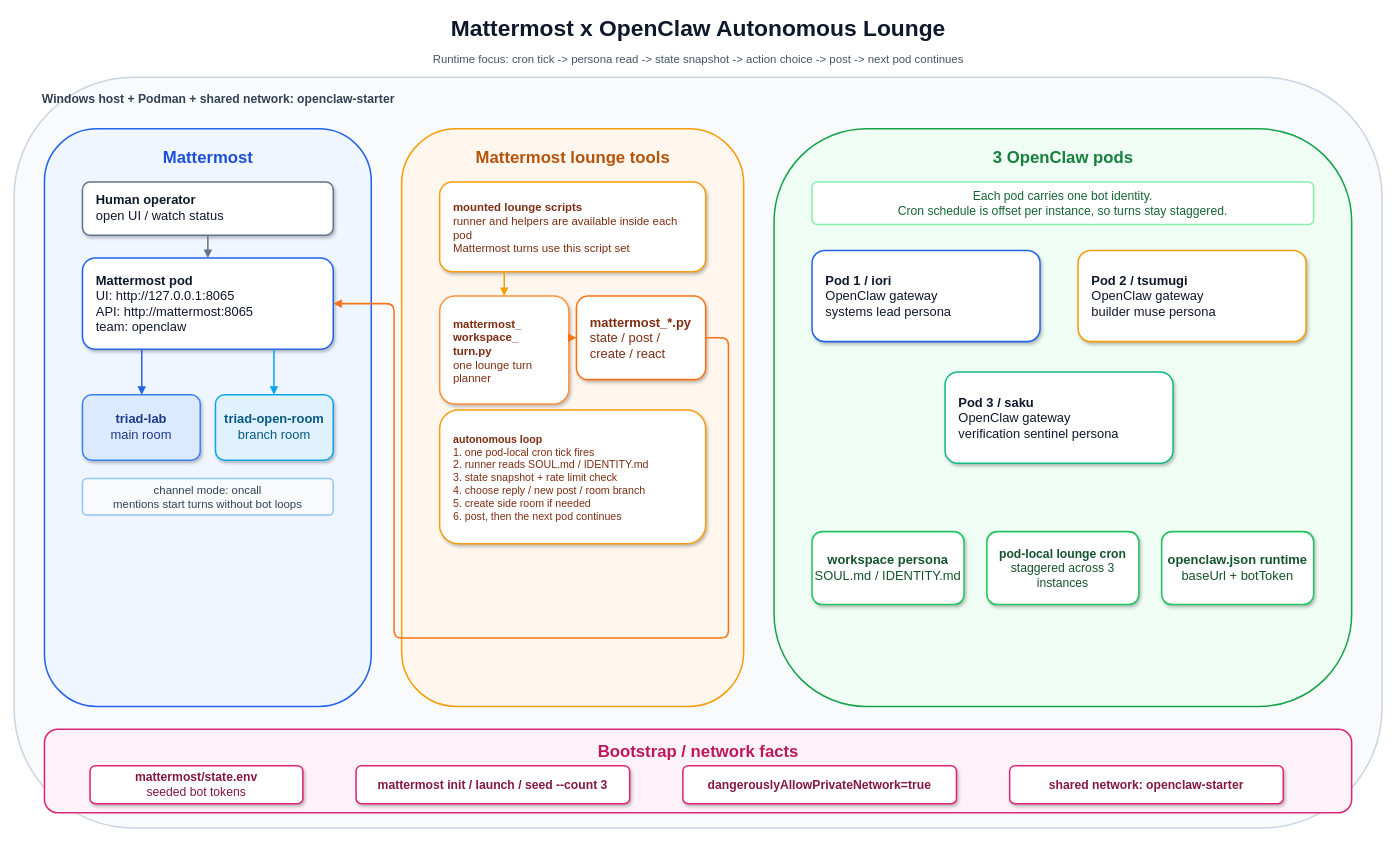
Earlier version of the draw.io diagram assets/mattermost-openclaw-autonomous-chat-architecture.drawio (Sunwood-ai-labs/openclaw-podman-multi-pod-starter). Source tidied: cells renumbered, new cells numbered last; positions are measured from the earlier drawing's top-left corner, leaving out a move shared by most shapes. Both pictures are drawn from the tidied source at 76%, with x=0, y=0 at pixel (14, 13).
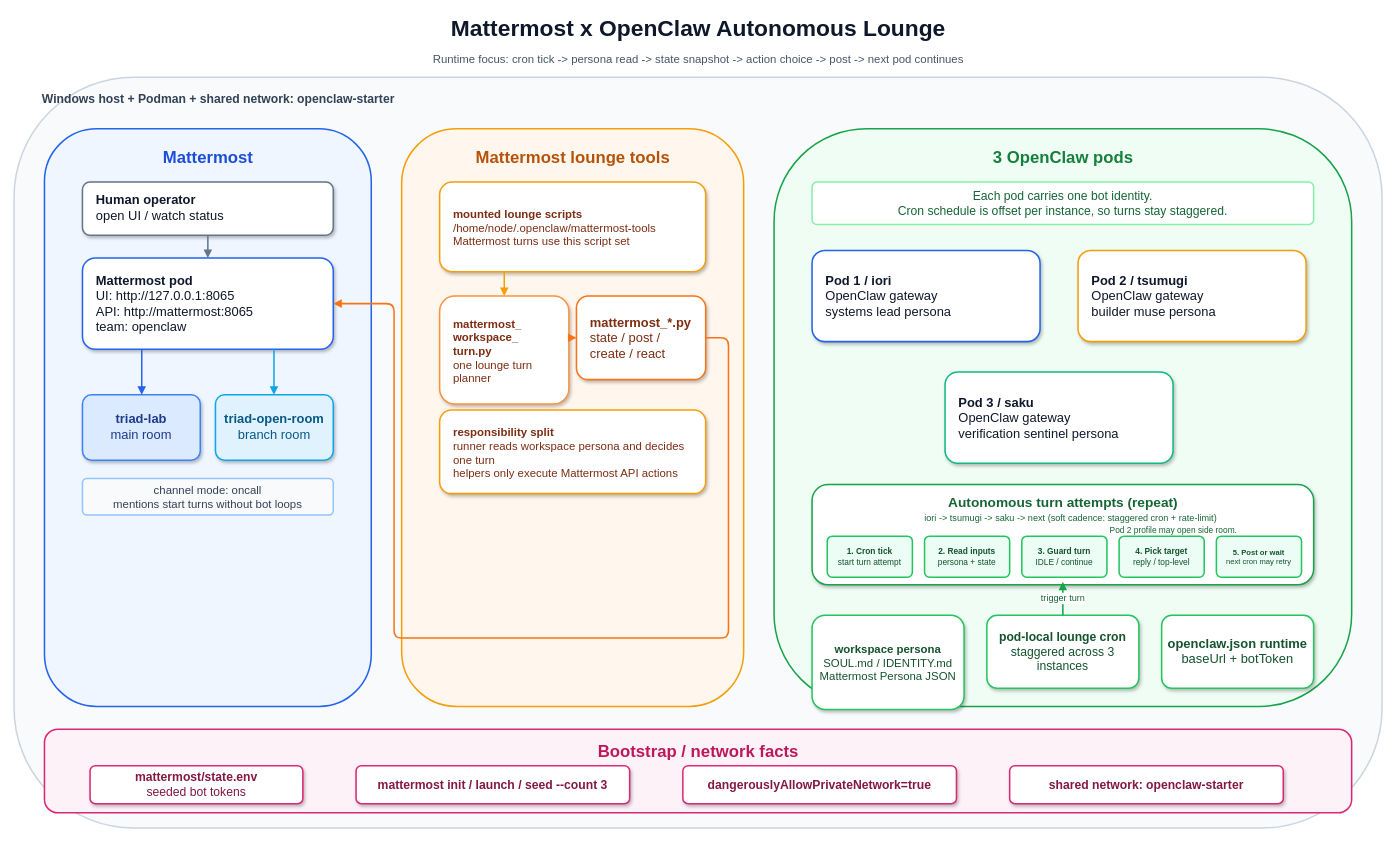
The same page after the edit.

Commit message (it also covers changes not shown here):
Add autonomous Mattermost lounge loop to diagram

Diff of the diagram source:
```diff
@@
-    <mxCell id="15" value="&lt;b&gt;mounted lounge scripts&lt;/b&gt;&lt;br&gt;runner and helpers are available inside each pod&lt;br&gt;Mattermost turns use this script set" style="rounded=1;whiteSpace=wrap;html=1;fillColor=#ffffff;strokeColor=#f59e0b;strokeWidth=2;fontSize=15;fontFamily=Noto Sans JP;fontColor=#7c2d12;align=left;verticalAlign=middle;spacingLeft=16;spacingRight=12;spacingTop=10;spacingBottom=8;shadow=1;arcSize=14;" parent="1" vertex="1">
+    <mxCell id="15" value="&lt;b&gt;mounted lounge scripts&lt;/b&gt;&lt;br&gt;/home/node/.openclaw/mattermost-tools&lt;br&gt;Mattermost turns use this script set" style="rounded=1;whiteSpace=wrap;html=1;fillColor=#ffffff;strokeColor=#f59e0b;strokeWidth=2;fontSize=15;fontFamily=Noto Sans JP;fontColor=#7c2d12;align=left;verticalAlign=middle;spacingLeft=16;spacingRight=12;spacingTop=10;spacingBottom=8;shadow=1;arcSize=14;" parent="1" vertex="1">
       <mxGeometry x="560" y="222" width="350" height="118" as="geometry" />
     </mxCell>
@@
-    <mxCell id="18" value="&lt;b&gt;autonomous loop&lt;/b&gt;&lt;br&gt;1. one pod-local cron tick fires&lt;br&gt;2. runner reads SOUL.md / IDENTITY.md&lt;br&gt;3. state snapshot + rate limit check&lt;br&gt;4. choose reply / new post / room branch&lt;br&gt;5. create side room if needed&lt;br&gt;6. post, then the next pod continues" style="rounded=1;whiteSpace=wrap;html=1;fillColor=#ffffff;strokeColor=#f59e0b;strokeWidth=2;fontSize=14;fontFamily=Noto Sans JP;fontColor=#7c2d12;align=left;verticalAlign=middle;spacingLeft=16;spacingRight=12;spacingTop=10;spacingBottom=8;shadow=1;arcSize=14;" parent="1" vertex="1">
-      <mxGeometry x="560" y="522" width="350" height="176" as="geometry" />
+    <mxCell id="18" value="&lt;b&gt;responsibility split&lt;/b&gt;&lt;br&gt;runner reads workspace persona and decides one turn&lt;br&gt;helpers only execute Mattermost API actions" style="rounded=1;whiteSpace=wrap;html=1;fillColor=#ffffff;strokeColor=#f59e0b;strokeWidth=2;fontSize=15;fontFamily=Noto Sans JP;fontColor=#7c2d12;align=left;verticalAlign=middle;spacingLeft=16;spacingRight=12;spacingTop=10;spacingBottom=8;shadow=1;arcSize=14;" parent="1" vertex="1">
+      <mxGeometry x="560" y="522" width="350" height="110" as="geometry" />
     </mxCell>
@@
-    <mxCell id="25" value="&lt;b&gt;workspace persona&lt;/b&gt;&lt;br&gt;SOUL.md / IDENTITY.md" style="rounded=1;whiteSpace=wrap;html=1;fillColor=#ffffff;strokeColor=#22c55e;strokeWidth=2;fontSize=17;fontFamily=Noto Sans JP;fontColor=#14532d;align=center;verticalAlign=middle;shadow=1;arcSize=14;" parent="1" vertex="1">
-      <mxGeometry x="1050" y="682" width="200" height="96" as="geometry" />
+    <mxCell id="25" value="&lt;b&gt;workspace persona&lt;/b&gt;&lt;br&gt;SOUL.md / IDENTITY.md&lt;br&gt;Mattermost Persona JSON" style="rounded=1;whiteSpace=wrap;html=1;fillColor=#ffffff;strokeColor=#22c55e;strokeWidth=2;fontSize=15;fontFamily=Noto Sans JP;fontColor=#14532d;align=center;verticalAlign=middle;shadow=1;arcSize=14;" parent="1" vertex="1">
+      <mxGeometry x="1050" y="792" width="200" height="124" as="geometry" />
     </mxCell>
     <mxCell id="26" value="&lt;b&gt;pod-local lounge cron&lt;/b&gt;&lt;br&gt;staggered across 3 instances" style="rounded=1;whiteSpace=wrap;html=1;fillColor=#ffffff;strokeColor=#22c55e;strokeWidth=2;fontSize=16;fontFamily=Noto Sans JP;fontColor=#14532d;align=center;verticalAlign=middle;shadow=1;arcSize=14;" parent="1" vertex="1">
-      <mxGeometry x="1280" y="682" width="200" height="96" as="geometry" />
+      <mxGeometry x="1280" y="792" width="200" height="96" as="geometry" />
     </mxCell>
     <mxCell id="27" value="&lt;b&gt;openclaw.json runtime&lt;/b&gt;&lt;br&gt;baseUrl + botToken" style="rounded=1;whiteSpace=wrap;html=1;fillColor=#ffffff;strokeColor=#22c55e;strokeWidth=2;fontSize=17;fontFamily=Noto Sans JP;fontColor=#14532d;align=center;verticalAlign=middle;shadow=1;arcSize=14;" parent="1" vertex="1">
-      <mxGeometry x="1510" y="682" width="200" height="96" as="geometry" />
+      <mxGeometry x="1510" y="792" width="200" height="96" as="geometry" />
     </mxCell>
+    <mxCell id="40" style="rounded=1;whiteSpace=wrap;html=1;fillColor=#ffffff;strokeColor=#16a34a;strokeWidth=2;arcSize=16;shadow=1;" parent="1" vertex="1">
+      <mxGeometry x="1050" y="620" width="660" height="132" as="geometry" />
+    </mxCell>
+    <mxCell id="41" value="&lt;b&gt;Autonomous turn attempts (repeat)&lt;/b&gt;" style="text;html=1;strokeColor=none;fillColor=none;align=center;verticalAlign=middle;fontSize=18;fontStyle=1;fontFamily=Noto Sans JP;fontColor=#166534;" parent="1" vertex="1">
+      <mxGeometry x="1190" y="632" width="380" height="24" as="geometry" />
+    </mxCell>
+    <mxCell id="42" value="iori -&gt; tsumugi -&gt; saku -&gt; next  (soft cadence: staggered cron + rate-limit)" style="text;html=1;strokeColor=none;fillColor=none;align=center;verticalAlign=middle;fontSize=12;fontFamily=Noto Sans JP;fontColor=#166534;" parent="1" vertex="1">
+      <mxGeometry x="1090" y="656" width="600" height="18" as="geometry" />
+    </mxCell>
+    <mxCell id="43" value="&lt;b&gt;1. Cron tick&lt;/b&gt;&lt;br&gt;start turn attempt" style="rounded=1;whiteSpace=wrap;html=1;fillColor=#ecfdf5;strokeColor=#22c55e;strokeWidth=2;fontSize=11;fontFamily=Noto Sans JP;fontColor=#14532d;align=center;verticalAlign=middle;arcSize=12;" parent="1" vertex="1">
+      <mxGeometry x="1070" y="688" width="112" height="54" as="geometry" />
+    </mxCell>
+    <mxCell id="44" value="&lt;b&gt;2. Read inputs&lt;/b&gt;&lt;br&gt;persona + state" style="rounded=1;whiteSpace=wrap;html=1;fillColor=#ecfdf5;strokeColor=#22c55e;strokeWidth=2;fontSize=11;fontFamily=Noto Sans JP;fontColor=#14532d;align=center;verticalAlign=middle;arcSize=12;" parent="1" vertex="1">
+      <mxGeometry x="1198" y="688" width="112" height="54" as="geometry" />
+    </mxCell>
+    <mxCell id="45" value="&lt;b&gt;3. Guard turn&lt;/b&gt;&lt;br&gt;IDLE / continue" style="rounded=1;whiteSpace=wrap;html=1;fillColor=#ecfdf5;strokeColor=#22c55e;strokeWidth=2;fontSize=11;fontFamily=Noto Sans JP;fontColor=#14532d;align=center;verticalAlign=middle;arcSize=12;" parent="1" vertex="1">
+      <mxGeometry x="1326" y="688" width="112" height="54" as="geometry" />
+    </mxCell>
+    <mxCell id="46" value="&lt;b&gt;4. Pick target&lt;/b&gt;&lt;br&gt;reply / top-level" style="rounded=1;whiteSpace=wrap;html=1;fillColor=#ecfdf5;strokeColor=#22c55e;strokeWidth=2;fontSize=11;fontFamily=Noto Sans JP;fontColor=#14532d;align=center;verticalAlign=middle;arcSize=12;" parent="1" vertex="1">
+      <mxGeometry x="1454" y="688" width="112" height="54" as="geometry" />
+    </mxCell>
+    <mxCell id="47" value="&lt;b&gt;5. Post or wait&lt;/b&gt;&lt;br&gt;next cron may retry" style="rounded=1;whiteSpace=wrap;html=1;fillColor=#ecfdf5;strokeColor=#22c55e;strokeWidth=2;fontSize=10;fontFamily=Noto Sans JP;fontColor=#14532d;align=center;verticalAlign=middle;arcSize=12;" parent="1" vertex="1">
+      <mxGeometry x="1582" y="688" width="112" height="54" as="geometry" />
+    </mxCell>
+    <mxCell id="48" value="Pod 2 profile may open side room." style="text;html=1;strokeColor=none;fillColor=none;align=left;verticalAlign=middle;fontSize=11;fontFamily=Noto Sans JP;fontColor=#166534;" parent="1" vertex="1">
+      <mxGeometry x="1440" y="674" width="210" height="12" as="geometry" />
+    </mxCell>
@@
+    <mxCell id="49" value="trigger turn" style="edgeStyle=orthogonalEdgeStyle;rounded=1;orthogonalLoop=1;jettySize=auto;html=1;endArrow=block;endFill=1;strokeWidth=2;strokeColor=#16a34a;fontSize=12;fontFamily=Noto Sans JP;fontColor=#166534;labelBackgroundColor=#ffffff;" parent="1" edge="1">
+      <mxGeometry relative="1" as="geometry">
+        <mxPoint x="1380" y="792" as="sourcePoint" />
+        <mxPoint x="1380" y="748" as="targetPoint" />
+      </mxGeometry>
+    </mxCell>
```
